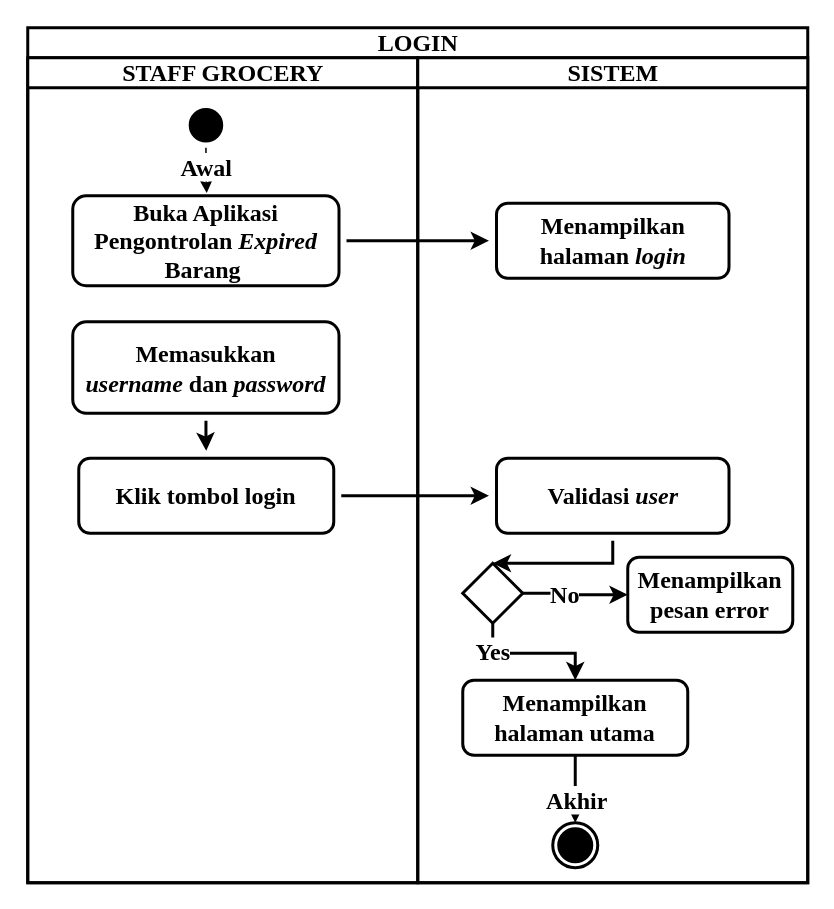
raldawiyahh/alda-resolusi keeps this draw.io diagram as page "LOGIN" (3 of 24) of PENGELOLAAN EXPIRED - DANU.drawio. Above is the earlier version. Source tidied: cells renumbered, new cells numbered last; positions are measured from the earlier drawing's top-left corner, leaving out a move shared by most shapes. Both pictures are drawn from the tidied source at 150%, with x=0, y=0 at pixel (27, 27).
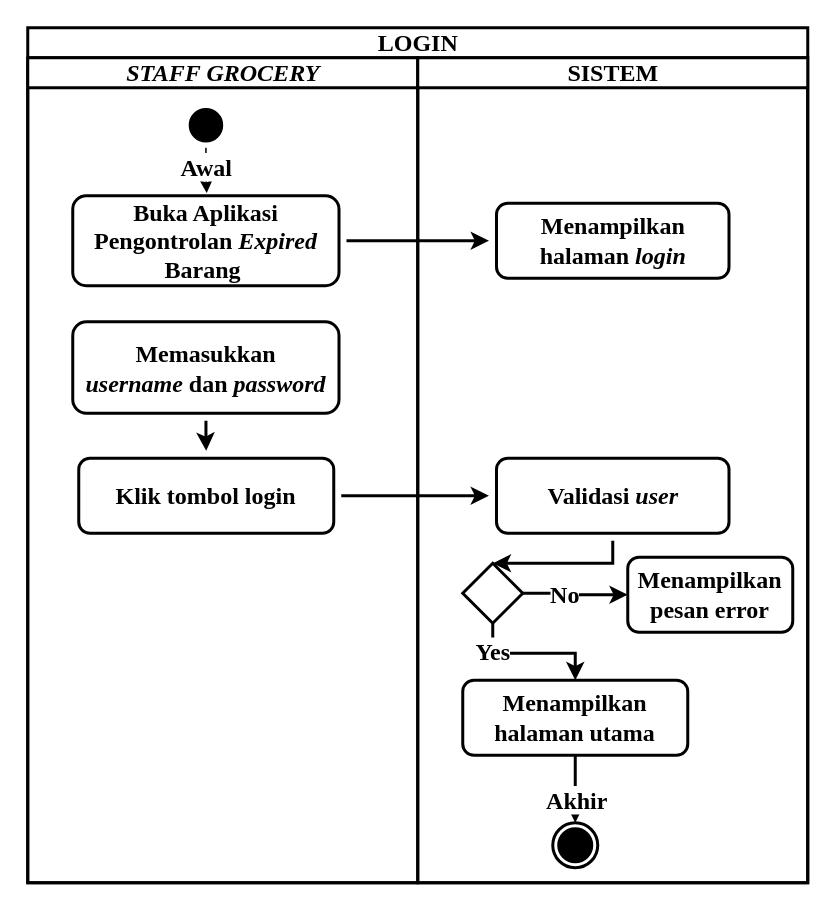
The same page after the edit.

Unchanged cells that the change refers to:
```xml
<mxCell id="2" value="LOGIN" style="swimlane;startSize=20;html=1;strokeWidth=2;fontFamily=Times New Roman;fontSize=16;fontStyle=1;" parent="1" vertex="1">
  <mxGeometry width="520" height="570" as="geometry" />
</mxCell>
```

The edit, as a diff of the source:
```diff
@@
-    <mxCell id="3" value="STAFF GROCERY" style="swimlane;startSize=20;html=1;strokeWidth=2;fontFamily=Times New Roman;fontSize=16;fontStyle=1;" parent="2" vertex="1">
+    <mxCell id="3" value="&lt;i&gt;STAFF GROCERY&lt;/i&gt;" style="swimlane;startSize=20;html=1;strokeWidth=2;fontFamily=Times New Roman;fontSize=16;fontStyle=1;" parent="2" vertex="1">
       <mxGeometry y="20" width="260" height="550" as="geometry" />
     </mxCell>
```
